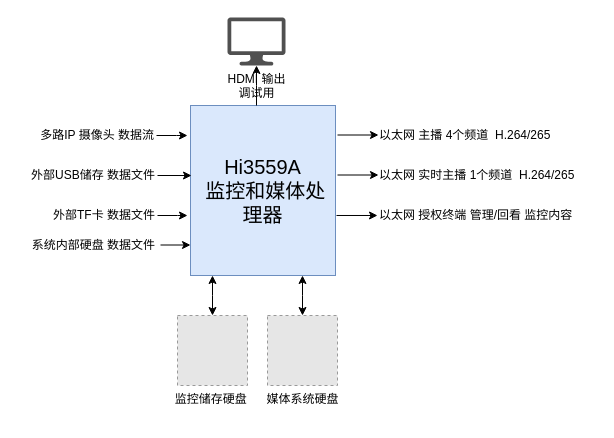
The draw.io diagram 3559a_data_flow.drawio in c2h2learnstocode/drawio, before the edit. Source tidied: cells renumbered, new cells numbered last; positions are measured from the earlier drawing's top-left corner, leaving out a move shared by most shapes. Both pictures are drawn from the tidied source at 100%, with x=0, y=0 at pixel (17, 17). Pictures stored in the file or linked from it are replaced by grey dashed boxes.
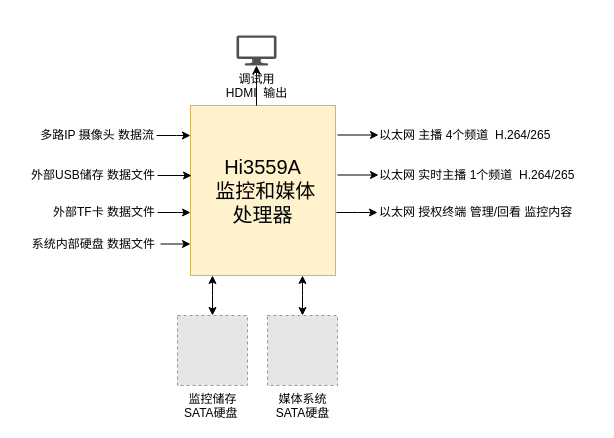
Above is the later version.

Unchanged cells that the change refers to:
```xml
<mxCell id="4" value="多路IP 摄像头 数据流" style="text;html=1;strokeColor=none;fillColor=none;align=right;verticalAlign=middle;whiteSpace=wrap;rounded=0;" parent="1" vertex="1">
  <mxGeometry x="20" y="108" width="119" height="20" as="geometry" />
</mxCell>
```

Change to the diagram source:
```diff
@@
-    <mxCell id="2" value="&lt;font style=&quot;font-size: 20px&quot;&gt;Hi3559A&lt;br&gt;&amp;nbsp;监控和媒体处理器&lt;/font&gt;" style="rounded=0;whiteSpace=wrap;html=1;fillColor=#dae8fc;strokeColor=#6c8ebf;" parent="1" vertex="1">
+    <mxCell id="2" value="&lt;font style=&quot;font-size: 20px&quot;&gt;Hi3559A&lt;br&gt;&amp;nbsp;监控和媒体&lt;br&gt;处理器&lt;/font&gt;" style="rounded=0;whiteSpace=wrap;html=1;fillColor=#fff2cc;strokeColor=#d6b656;" parent="1" vertex="1">
       <mxGeometry x="173" y="88" width="145" height="170" as="geometry" />
     </mxCell>
     <mxCell id="3" style="edgeStyle=orthogonalEdgeStyle;rounded=0;jettySize=auto;html=1;startArrow=none;startFill=0;" parent="1" edge="1" source="4">
       <mxGeometry relative="1" as="geometry">
-        <mxPoint x="170" y="118" as="targetPoint" />
+        <mxPoint x="173" y="118" as="targetPoint" />
       </mxGeometry>
     </mxCell>
@@
-    <mxCell id="8" value="监控储存硬盘&amp;nbsp;" style="fillColor=#E6E6E6;strokeColor=#999999;dashed=1;html=1;verticalAlign=top;verticalLabelPosition=bottom;labelBackgroundColor=#ffffff;" parent="1" vertex="1">
+    <mxCell id="8" value="监控储存&lt;br&gt;SATA硬盘&amp;nbsp;" style="fillColor=#E6E6E6;strokeColor=#999999;dashed=1;html=1;verticalAlign=top;verticalLabelPosition=bottom;labelBackgroundColor=#ffffff;" parent="1" vertex="1">
       <mxGeometry x="160" y="298" width="70" height="70" as="geometry" />
     </mxCell>
@@
-    <mxCell id="11" value="媒体系统硬盘" style="fillColor=#E6E6E6;strokeColor=#999999;dashed=1;html=1;verticalAlign=top;verticalLabelPosition=bottom;labelBackgroundColor=#ffffff;" parent="1" vertex="1">
+    <mxCell id="11" value="媒体系统&lt;br&gt;SATA硬盘" style="fillColor=#E6E6E6;strokeColor=#999999;dashed=1;html=1;verticalAlign=top;verticalLabelPosition=bottom;labelBackgroundColor=#ffffff;" parent="1" vertex="1">
       <mxGeometry x="250" y="298" width="70" height="70" as="geometry" />
     </mxCell>
     <mxCell id="12" value="外部TF卡 数据文件" style="text;html=1;strokeColor=none;fillColor=none;align=right;verticalAlign=middle;whiteSpace=wrap;rounded=0;" parent="1" vertex="1">
-      <mxGeometry x="10" y="188" width="130" height="20" as="geometry" />
+      <mxGeometry x="10" y="185" width="130" height="20" as="geometry" />
     </mxCell>
     <mxCell id="13" style="edgeStyle=orthogonalEdgeStyle;rounded=0;jettySize=auto;html=1;startArrow=none;startFill=0;" parent="1" edge="1" source="12">
       <mxGeometry relative="1" as="geometry">
-        <mxPoint x="170" y="198" as="targetPoint" />
+        <mxPoint x="173" y="195" as="targetPoint" />
       </mxGeometry>
     </mxCell>
@@
-    <mxCell id="15" value="HDMI 输出&lt;br&gt;调试用" style="shadow=0;dashed=0;html=1;strokeColor=none;fillColor=#505050;labelPosition=center;verticalLabelPosition=bottom;verticalAlign=top;outlineConnect=0;align=center;shape=mxgraph.office.devices.lcd_monitor;" parent="1" vertex="1">
-      <mxGeometry x="210" width="58" height="48" as="geometry" />
+    <mxCell id="15" value="调试用&lt;br&gt;HDMI&amp;nbsp; 输出" style="shadow=0;dashed=0;html=1;strokeColor=none;fillColor=#505050;labelPosition=center;verticalLabelPosition=bottom;verticalAlign=top;outlineConnect=0;align=center;shape=mxgraph.office.devices.lcd_monitor;" parent="1" vertex="1">
+      <mxGeometry x="219" y="18" width="40" height="30" as="geometry" />
     </mxCell>
@@
-    <mxCell id="17" style="edgeStyle=orthogonalEdgeStyle;rounded=0;jettySize=auto;html=1;startArrow=classic;startFill=1;endArrow=none;endFill=0;entryX=1.007;entryY=0.647;entryDx=0;entryDy=0;entryPerimeter=0;" parent="1" edge="1" source="18" target="2">
-      <mxGeometry relative="1" as="geometry" />
+    <mxCell id="17" style="edgeStyle=orthogonalEdgeStyle;rounded=0;jettySize=auto;html=1;startArrow=classic;startFill=1;endArrow=none;endFill=0;entryX=1.007;entryY=0.647;entryDx=0;entryDy=0;entryPerimeter=0;" parent="1" edge="1" source="18">
+      <mxGeometry relative="1" as="geometry">
+        <mxPoint x="319" y="195" as="targetPoint" />
+      </mxGeometry>
     </mxCell>
     <mxCell id="18" value="以太网 授权终端 管理/回看 监控内容" style="text;html=1;strokeColor=none;fillColor=none;align=left;verticalAlign=middle;whiteSpace=wrap;rounded=0;" parent="1" vertex="1">
-      <mxGeometry x="360" y="188" width="220" height="20" as="geometry" />
+      <mxGeometry x="360" y="185" width="220" height="20" as="geometry" />
     </mxCell>
@@
     <mxCell id="21" value="系统内部硬盘 数据文件" style="text;html=1;strokeColor=none;fillColor=none;align=right;verticalAlign=middle;whiteSpace=wrap;rounded=0;" parent="1" vertex="1">
-      <mxGeometry x="10" y="218" width="130" height="20" as="geometry" />
+      <mxGeometry x="10" y="217" width="130" height="20" as="geometry" />
     </mxCell>
     <mxCell id="22" style="edgeStyle=orthogonalEdgeStyle;rounded=0;orthogonalLoop=1;jettySize=auto;html=1;startArrow=none;startFill=0;" parent="1" edge="1">
       <mxGeometry relative="1" as="geometry">
-        <mxPoint x="143" y="227.5" as="sourcePoint" />
-        <mxPoint x="173" y="227.5" as="targetPoint" />
+        <mxPoint x="143" y="226.5" as="sourcePoint" />
+        <mxPoint x="173" y="226.5" as="targetPoint" />
       </mxGeometry>
     </mxCell>
```
